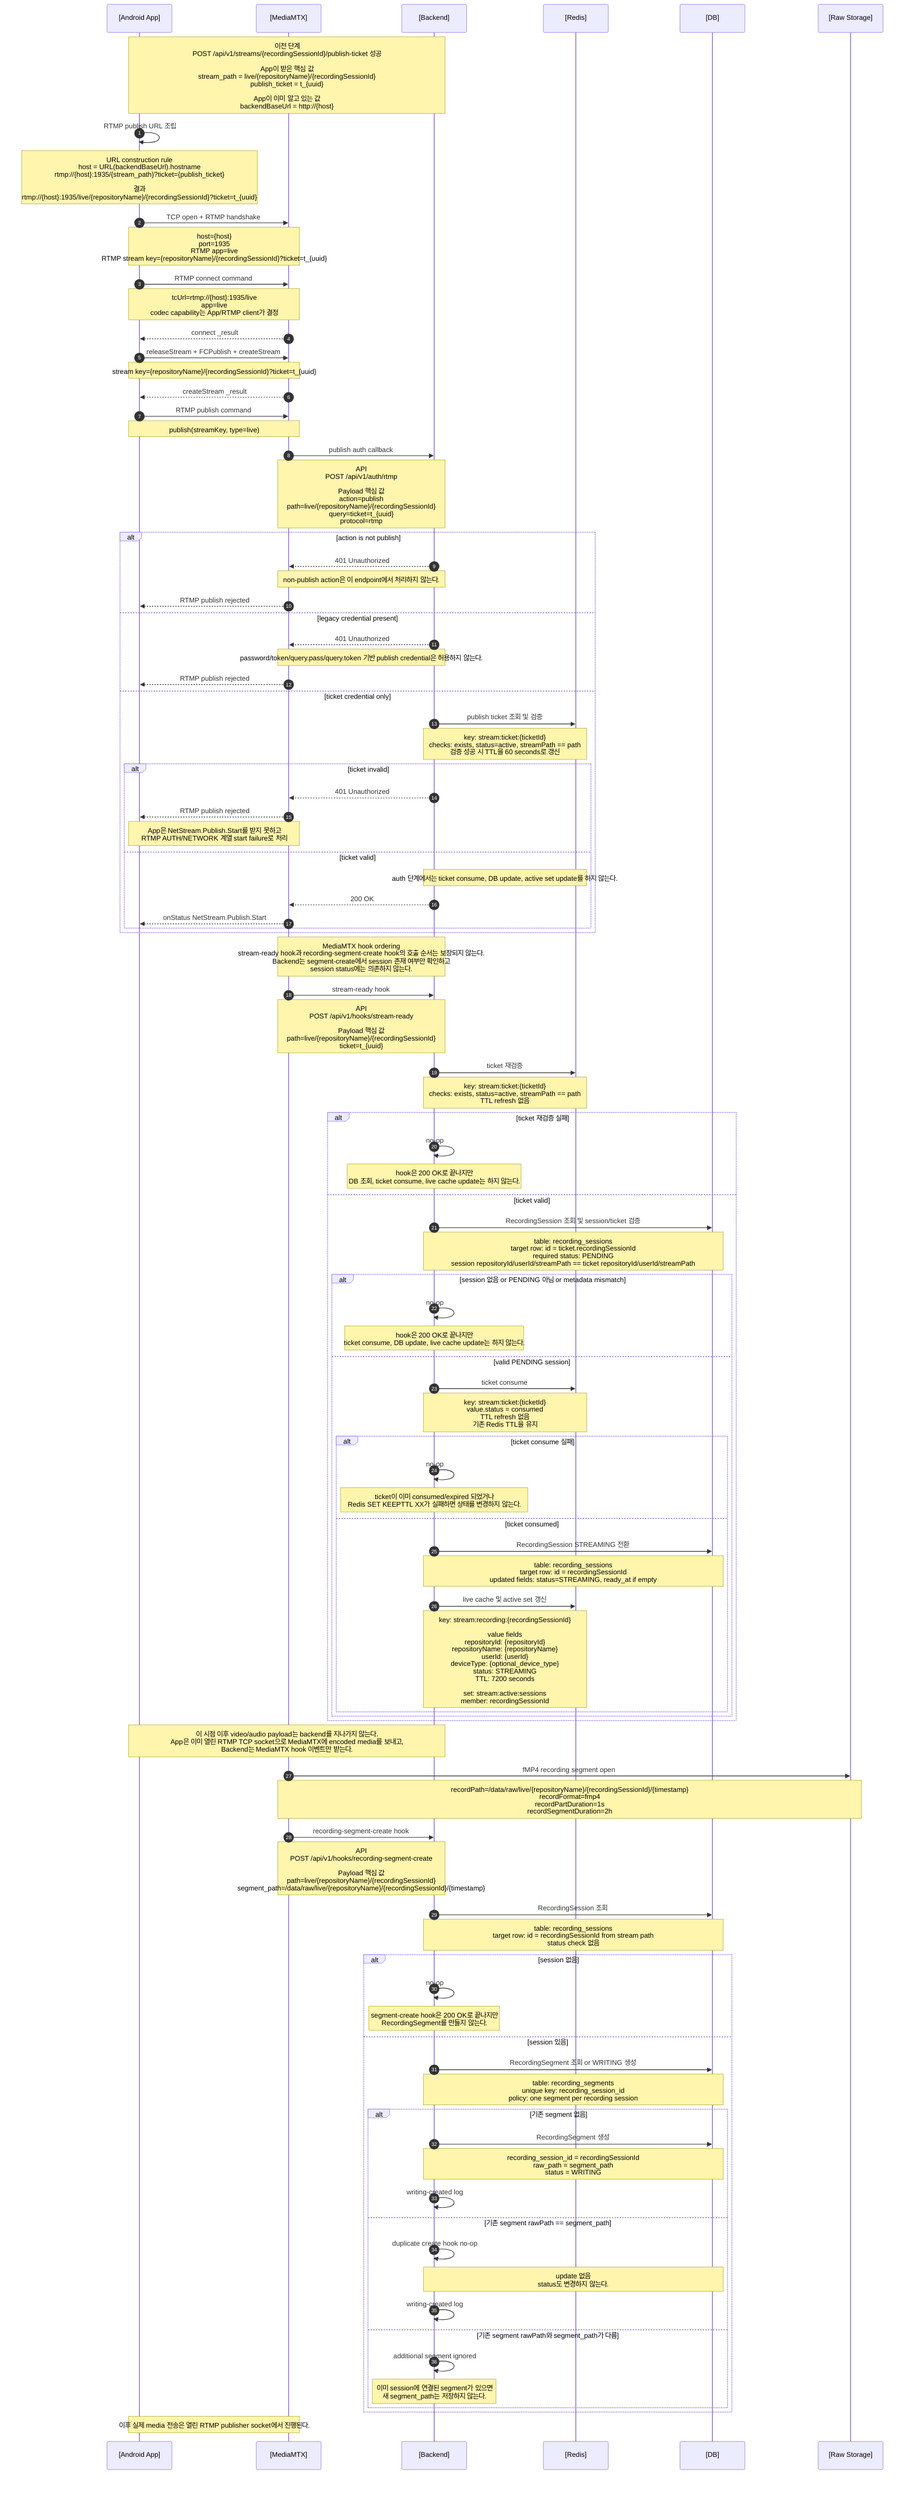
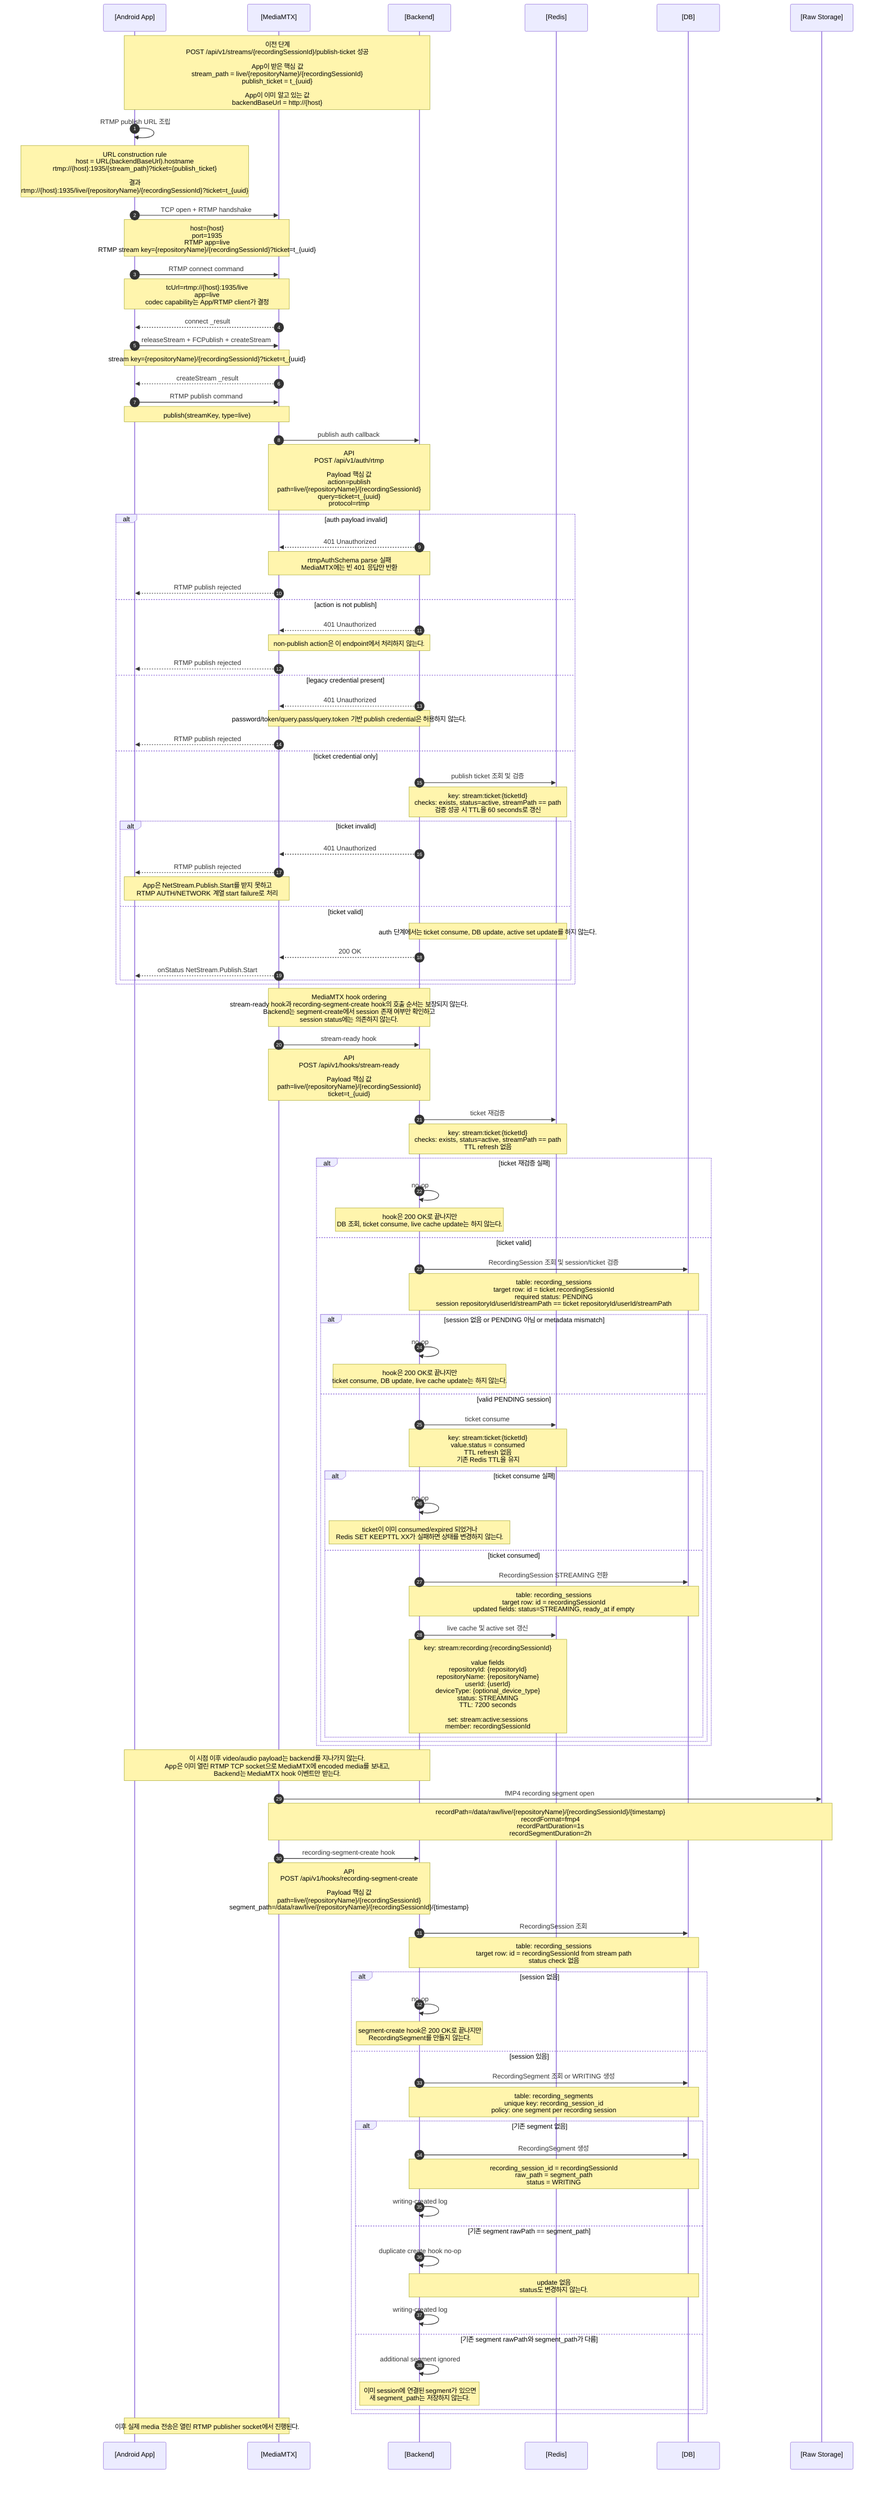
sequenceDiagram
  autonumber
  participant App as [Android App]
  participant MTX as [MediaMTX]
  participant Backend as [Backend]
  participant Redis as [Redis]
  participant DB as [DB]
  participant Storage as [Raw Storage]

  Note over App,Backend: 이전 단계<br/>POST /api/v1/streams/{recordingSessionId}/publish-ticket 성공<br/><br/>App이 받은 핵심 값<br/>stream_path = live/{repositoryName}/{recordingSessionId}<br/>publish_ticket = t_{uuid}<br/><br/>App이 이미 알고 있는 값<br/>backendBaseUrl = http://{host}

  App->>App: RTMP publish URL 조립
  Note over App: URL construction rule<br/>host = URL(backendBaseUrl).hostname<br/>rtmp://{host}:1935/{stream_path}?ticket={publish_ticket}<br/><br/>결과<br/>rtmp://{host}:1935/live/{repositoryName}/{recordingSessionId}?ticket=t_{uuid}

  App->>MTX: TCP open + RTMP handshake
  Note over App,MTX: host={host}<br/>port=1935<br/>RTMP app=live<br/>RTMP stream key={repositoryName}/{recordingSessionId}?ticket=t_{uuid}

  App->>MTX: RTMP connect command
  Note over App,MTX: tcUrl=rtmp://{host}:1935/live<br/>app=live<br/>codec capability는 App/RTMP client가 결정
  MTX-->>App: connect _result

  App->>MTX: releaseStream + FCPublish + createStream
  Note over App,MTX: stream key={repositoryName}/{recordingSessionId}?ticket=t_{uuid}
  MTX-->>App: createStream _result

  App->>MTX: RTMP publish command
  Note over App,MTX: publish(streamKey, type=live)

  MTX->>Backend: publish auth callback
  Note over MTX,Backend: API<br/>POST /api/v1/auth/rtmp<br/><br/>Payload 핵심 값<br/>action=publish<br/>path=live/{repositoryName}/{recordingSessionId}<br/>query=ticket=t_{uuid}<br/>protocol=rtmp

-   alt action is not publish
+   alt auth payload invalid
+     Backend-->>MTX: 401 Unauthorized
+     Note over Backend,MTX: rtmpAuthSchema parse 실패<br/>MediaMTX에는 빈 401 응답만 반환
+     MTX-->>App: RTMP publish rejected
+   else action is not publish
    Backend-->>MTX: 401 Unauthorized
    Note over Backend,MTX: non-publish action은 이 endpoint에서 처리하지 않는다.
    MTX-->>App: RTMP publish rejected
  else legacy credential present
    Backend-->>MTX: 401 Unauthorized
    Note over Backend,MTX: password/token/query.pass/query.token 기반 publish credential은 허용하지 않는다.
    MTX-->>App: RTMP publish rejected
  else ticket credential only
    Backend->>Redis: publish ticket 조회 및 검증
    Note over Backend,Redis: key: stream:ticket:{ticketId}<br/>checks: exists, status=active, streamPath == path<br/>검증 성공 시 TTL을 60 seconds로 갱신

    alt ticket invalid
      Backend-->>MTX: 401 Unauthorized
      MTX-->>App: RTMP publish rejected
      Note over App,MTX: App은 NetStream.Publish.Start를 받지 못하고<br/>RTMP AUTH/NETWORK 계열 start failure로 처리
    else ticket valid
      Note over Backend,Redis: auth 단계에서는 ticket consume, DB update, active set update를 하지 않는다.
      Backend-->>MTX: 200 OK
      MTX-->>App: onStatus NetStream.Publish.Start
    end
  end

  Note over MTX,Backend: MediaMTX hook ordering<br/>stream-ready hook과 recording-segment-create hook의 호출 순서는 보장되지 않는다.<br/>Backend는 segment-create에서 session 존재 여부만 확인하고<br/>session status에는 의존하지 않는다.

  MTX->>Backend: stream-ready hook
  Note over MTX,Backend: API<br/>POST /api/v1/hooks/stream-ready<br/><br/>Payload 핵심 값<br/>path=live/{repositoryName}/{recordingSessionId}<br/>ticket=t_{uuid}

  Backend->>Redis: ticket 재검증
  Note over Backend,Redis: key: stream:ticket:{ticketId}<br/>checks: exists, status=active, streamPath == path<br/>TTL refresh 없음

  alt ticket 재검증 실패
    Backend->>Backend: no-op
    Note over Backend: hook은 200 OK로 끝나지만<br/>DB 조회, ticket consume, live cache update는 하지 않는다.
  else ticket valid
    Backend->>DB: RecordingSession 조회 및 session/ticket 검증
    Note over Backend,DB: table: recording_sessions<br/>target row: id = ticket.recordingSessionId<br/>required status: PENDING<br/>session repositoryId/userId/streamPath == ticket repositoryId/userId/streamPath

    alt session 없음 or PENDING 아님 or metadata mismatch
      Backend->>Backend: no-op
      Note over Backend: hook은 200 OK로 끝나지만<br/>ticket consume, DB update, live cache update는 하지 않는다.
    else valid PENDING session
    Backend->>Redis: ticket consume
    Note over Backend,Redis: key: stream:ticket:{ticketId}<br/>value.status = consumed<br/>TTL refresh 없음<br/>기존 Redis TTL을 유지

      alt ticket consume 실패
        Backend->>Backend: no-op
        Note over Backend: ticket이 이미 consumed/expired 되었거나<br/>Redis SET KEEPTTL XX가 실패하면 상태를 변경하지 않는다.
      else ticket consumed
        Backend->>DB: RecordingSession STREAMING 전환
        Note over Backend,DB: table: recording_sessions<br/>target row: id = recordingSessionId<br/>updated fields: status=STREAMING, ready_at if empty

        Backend->>Redis: live cache 및 active set 갱신
        Note over Backend,Redis: key: stream:recording:{recordingSessionId}<br/><br/>value fields<br/>repositoryId: {repositoryId}<br/>repositoryName: {repositoryName}<br/>userId: {userId}<br/>deviceType: {optional_device_type}<br/>status: STREAMING<br/>TTL: 7200 seconds<br/><br/>set: stream:active:sessions<br/>member: recordingSessionId
      end
    end
  end

  Note over App,Backend: 이 시점 이후 video/audio payload는 backend를 지나가지 않는다.<br/>App은 이미 열린 RTMP TCP socket으로 MediaMTX에 encoded media를 보내고,<br/>Backend는 MediaMTX hook 이벤트만 받는다.

  MTX->>Storage: fMP4 recording segment open
  Note over MTX,Storage: recordPath=/data/raw/live/{repositoryName}/{recordingSessionId}/{timestamp}<br/>recordFormat=fmp4<br/>recordPartDuration=1s<br/>recordSegmentDuration=2h

  MTX->>Backend: recording-segment-create hook
  Note over MTX,Backend: API<br/>POST /api/v1/hooks/recording-segment-create<br/><br/>Payload 핵심 값<br/>path=live/{repositoryName}/{recordingSessionId}<br/>segment_path=/data/raw/live/{repositoryName}/{recordingSessionId}/{timestamp}

  Backend->>DB: RecordingSession 조회
  Note over Backend,DB: table: recording_sessions<br/>target row: id = recordingSessionId from stream path<br/>status check 없음

  alt session 없음
    Backend->>Backend: no-op
    Note over Backend: segment-create hook은 200 OK로 끝나지만<br/>RecordingSegment를 만들지 않는다.
  else session 있음
    Backend->>DB: RecordingSegment 조회 or WRITING 생성
    Note over Backend,DB: table: recording_segments<br/>unique key: recording_session_id<br/>policy: one segment per recording session

    alt 기존 segment 없음
      Backend->>DB: RecordingSegment 생성
      Note over Backend,DB: recording_session_id = recordingSessionId<br/>raw_path = segment_path<br/>status = WRITING
      Backend->>Backend: writing-created log
    else 기존 segment rawPath == segment_path
      Backend->>Backend: duplicate create hook no-op
      Note over Backend,DB: update 없음<br/>status도 변경하지 않는다.
      Backend->>Backend: writing-created log
    else 기존 segment rawPath와 segment_path가 다름
      Backend->>Backend: additional segment ignored
      Note over Backend: 이미 session에 연결된 segment가 있으면<br/>새 segment_path는 저장하지 않는다.
    end
  end

  Note over App,MTX: 이후 실제 media 전송은 열린 RTMP publisher socket에서 진행된다.

%% 참고:
%% 이 문서는 publish-ticket 발급 이후 RTMP publish 인증, stream-ready, live cache 등록,
%% 첫 recording segment 생성까지만 다룬다.
%% 실제 RTMP media chunk 전송부터 stream 종료, hook 처리, finalize enqueue까지는
%% .mermaid/4.rtmp-stream.mmd에서 다룬다.
